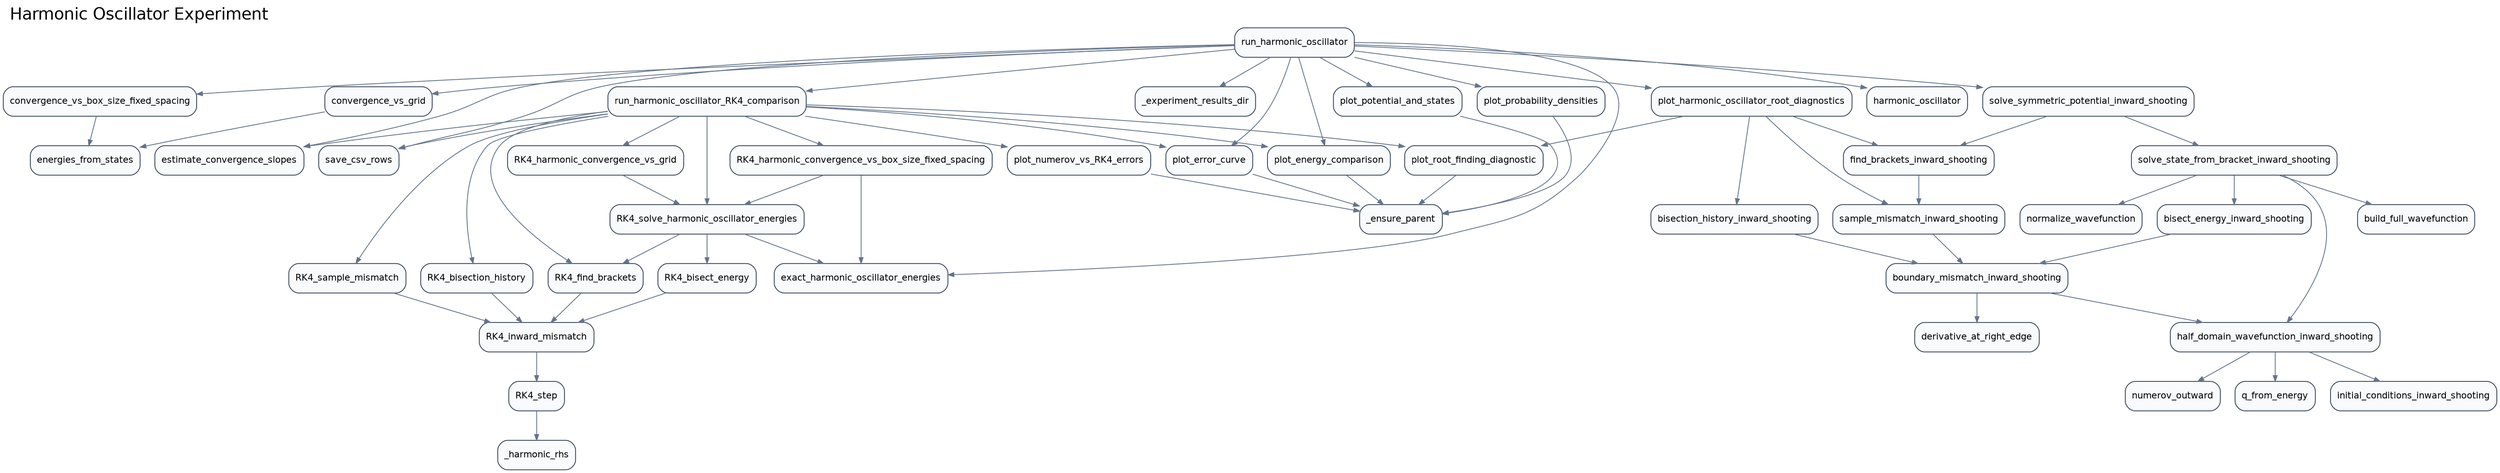
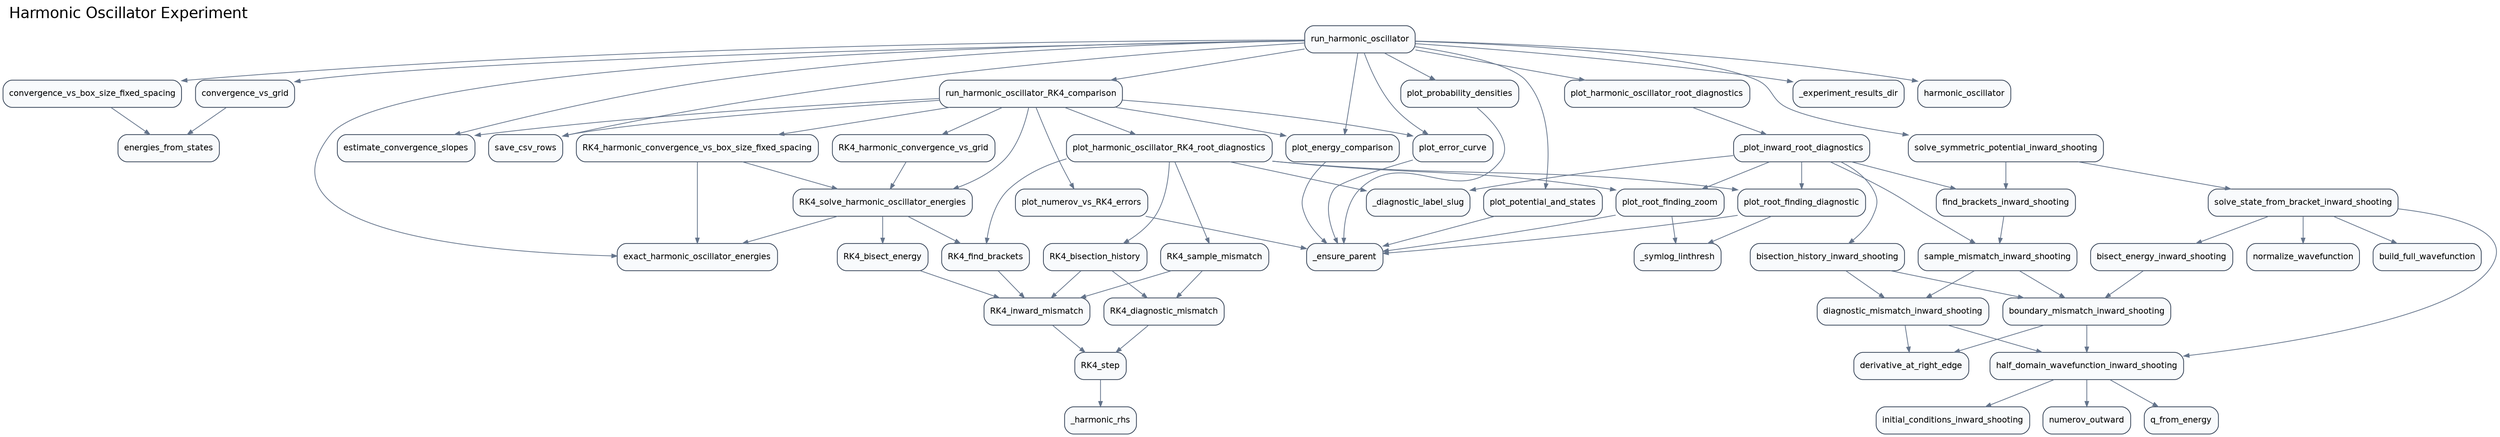
digraph G {
  rankdir="TB";
  graph [labeljust="l", labelloc="t", fontsize=20, fontname="Helvetica"];
  label="Harmonic Oscillator Experiment";
  node [shape=box, style="rounded,filled", fillcolor="#F8FAFC", color="#334155", fontname="Helvetica", fontsize=11];
  edge [color="#64748B", arrowsize=0.7];
  src_analysis_convergence_vs_box_size_fixed_spacing [label="convergence_vs_box_size_fixed_spacing"];
  src_analysis_convergence_vs_grid [label="convergence_vs_grid"];
  src_analysis_energies_from_states [label="energies_from_states"];
  src_analysis_estimate_convergence_slopes [label="estimate_convergence_slopes"];
  src_analysis_exact_harmonic_oscillator_energies [label="exact_harmonic_oscillator_energies"];
  src_analysis_save_csv_rows [label="save_csv_rows"];
+   src_diagnostics__diagnostic_label_slug [label="_diagnostic_label_slug"];
+   src_diagnostics__plot_inward_root_diagnostics [label="_plot_inward_root_diagnostics"];
+   src_diagnostics_plot_harmonic_oscillator_RK4_root_diagnostics [label="plot_harmonic_oscillator_RK4_root_diagnostics"];
+   src_diagnostics_plot_harmonic_oscillator_root_diagnostics [label="plot_harmonic_oscillator_root_diagnostics"];
  src_experiments__experiment_results_dir [label="_experiment_results_dir"];
-   src_experiments_plot_harmonic_oscillator_root_diagnostics [label="plot_harmonic_oscillator_root_diagnostics"];
  src_experiments_run_harmonic_oscillator [label="run_harmonic_oscillator"];
  src_experiments_run_harmonic_oscillator_RK4_comparison [label="run_harmonic_oscillator_RK4_comparison"];
  src_numerov_derivative_at_right_edge [label="derivative_at_right_edge"];
  src_numerov_normalize_wavefunction [label="normalize_wavefunction"];
  src_numerov_numerov_outward [label="numerov_outward"];
  src_numerov_q_from_energy [label="q_from_energy"];
  src_plotting__ensure_parent [label="_ensure_parent"];
+   src_plotting__symlog_linthresh [label="_symlog_linthresh"];
  src_plotting_plot_energy_comparison [label="plot_energy_comparison"];
  src_plotting_plot_error_curve [label="plot_error_curve"];
  src_plotting_plot_numerov_vs_RK4_errors [label="plot_numerov_vs_RK4_errors"];
  src_plotting_plot_potential_and_states [label="plot_potential_and_states"];
  src_plotting_plot_probability_densities [label="plot_probability_densities"];
  src_plotting_plot_root_finding_diagnostic [label="plot_root_finding_diagnostic"];
+   src_plotting_plot_root_finding_zoom [label="plot_root_finding_zoom"];
  src_potentials_harmonic_oscillator [label="harmonic_oscillator"];
  src_rk4_compare_RK4_bisect_energy [label="RK4_bisect_energy"];
  src_rk4_compare_RK4_bisection_history [label="RK4_bisection_history"];
+   src_rk4_compare_RK4_diagnostic_mismatch [label="RK4_diagnostic_mismatch"];
  src_rk4_compare_RK4_find_brackets [label="RK4_find_brackets"];
  src_rk4_compare_RK4_harmonic_convergence_vs_box_size_fixed_spacing [label="RK4_harmonic_convergence_vs_box_size_fixed_spacing"];
  src_rk4_compare_RK4_harmonic_convergence_vs_grid [label="RK4_harmonic_convergence_vs_grid"];
  src_rk4_compare_RK4_inward_mismatch [label="RK4_inward_mismatch"];
  src_rk4_compare_RK4_sample_mismatch [label="RK4_sample_mismatch"];
  src_rk4_compare_RK4_solve_harmonic_oscillator_energies [label="RK4_solve_harmonic_oscillator_energies"];
  src_rk4_compare_RK4_step [label="RK4_step"];
  src_rk4_compare__harmonic_rhs [label="_harmonic_rhs"];
  src_shooting_bisect_energy_inward_shooting [label="bisect_energy_inward_shooting"];
  src_shooting_bisection_history_inward_shooting [label="bisection_history_inward_shooting"];
  src_shooting_boundary_mismatch_inward_shooting [label="boundary_mismatch_inward_shooting"];
  src_shooting_build_full_wavefunction [label="build_full_wavefunction"];
+   src_shooting_diagnostic_mismatch_inward_shooting [label="diagnostic_mismatch_inward_shooting"];
  src_shooting_find_brackets_inward_shooting [label="find_brackets_inward_shooting"];
  src_shooting_half_domain_wavefunction_inward_shooting [label="half_domain_wavefunction_inward_shooting"];
  src_shooting_initial_conditions_inward_shooting [label="initial_conditions_inward_shooting"];
  src_shooting_sample_mismatch_inward_shooting [label="sample_mismatch_inward_shooting"];
  src_shooting_solve_state_from_bracket_inward_shooting [label="solve_state_from_bracket_inward_shooting"];
  src_shooting_solve_symmetric_potential_inward_shooting [label="solve_symmetric_potential_inward_shooting"];
  src_analysis_convergence_vs_box_size_fixed_spacing -> src_analysis_energies_from_states;
  src_analysis_convergence_vs_grid -> src_analysis_energies_from_states;
-   src_experiments_plot_harmonic_oscillator_root_diagnostics -> src_plotting_plot_root_finding_diagnostic;
-   src_experiments_plot_harmonic_oscillator_root_diagnostics -> src_shooting_bisection_history_inward_shooting;
-   src_experiments_plot_harmonic_oscillator_root_diagnostics -> src_shooting_find_brackets_inward_shooting;
-   src_experiments_plot_harmonic_oscillator_root_diagnostics -> src_shooting_sample_mismatch_inward_shooting;
+   src_diagnostics__plot_inward_root_diagnostics -> src_diagnostics__diagnostic_label_slug;
+   src_diagnostics__plot_inward_root_diagnostics -> src_plotting_plot_root_finding_diagnostic;
+   src_diagnostics__plot_inward_root_diagnostics -> src_plotting_plot_root_finding_zoom;
+   src_diagnostics__plot_inward_root_diagnostics -> src_shooting_bisection_history_inward_shooting;
+   src_diagnostics__plot_inward_root_diagnostics -> src_shooting_find_brackets_inward_shooting;
+   src_diagnostics__plot_inward_root_diagnostics -> src_shooting_sample_mismatch_inward_shooting;
+   src_diagnostics_plot_harmonic_oscillator_RK4_root_diagnostics -> src_diagnostics__diagnostic_label_slug;
+   src_diagnostics_plot_harmonic_oscillator_RK4_root_diagnostics -> src_plotting_plot_root_finding_diagnostic;
+   src_diagnostics_plot_harmonic_oscillator_RK4_root_diagnostics -> src_plotting_plot_root_finding_zoom;
+   src_diagnostics_plot_harmonic_oscillator_RK4_root_diagnostics -> src_rk4_compare_RK4_bisection_history;
+   src_diagnostics_plot_harmonic_oscillator_RK4_root_diagnostics -> src_rk4_compare_RK4_find_brackets;
+   src_diagnostics_plot_harmonic_oscillator_RK4_root_diagnostics -> src_rk4_compare_RK4_sample_mismatch;
+   src_diagnostics_plot_harmonic_oscillator_root_diagnostics -> src_diagnostics__plot_inward_root_diagnostics;
  src_experiments_run_harmonic_oscillator -> src_analysis_convergence_vs_box_size_fixed_spacing;
  src_experiments_run_harmonic_oscillator -> src_analysis_convergence_vs_grid;
  src_experiments_run_harmonic_oscillator -> src_analysis_estimate_convergence_slopes;
  src_experiments_run_harmonic_oscillator -> src_analysis_exact_harmonic_oscillator_energies;
  src_experiments_run_harmonic_oscillator -> src_analysis_save_csv_rows;
+   src_experiments_run_harmonic_oscillator -> src_diagnostics_plot_harmonic_oscillator_root_diagnostics;
  src_experiments_run_harmonic_oscillator -> src_experiments__experiment_results_dir;
-   src_experiments_run_harmonic_oscillator -> src_experiments_plot_harmonic_oscillator_root_diagnostics;
  src_experiments_run_harmonic_oscillator -> src_experiments_run_harmonic_oscillator_RK4_comparison;
  src_experiments_run_harmonic_oscillator -> src_plotting_plot_energy_comparison;
  src_experiments_run_harmonic_oscillator -> src_plotting_plot_error_curve;
  src_experiments_run_harmonic_oscillator -> src_plotting_plot_potential_and_states;
  src_experiments_run_harmonic_oscillator -> src_plotting_plot_probability_densities;
  src_experiments_run_harmonic_oscillator -> src_potentials_harmonic_oscillator;
  src_experiments_run_harmonic_oscillator -> src_shooting_solve_symmetric_potential_inward_shooting;
  src_experiments_run_harmonic_oscillator_RK4_comparison -> src_analysis_estimate_convergence_slopes;
  src_experiments_run_harmonic_oscillator_RK4_comparison -> src_analysis_save_csv_rows;
+   src_experiments_run_harmonic_oscillator_RK4_comparison -> src_diagnostics_plot_harmonic_oscillator_RK4_root_diagnostics;
  src_experiments_run_harmonic_oscillator_RK4_comparison -> src_plotting_plot_energy_comparison;
  src_experiments_run_harmonic_oscillator_RK4_comparison -> src_plotting_plot_error_curve;
  src_experiments_run_harmonic_oscillator_RK4_comparison -> src_plotting_plot_numerov_vs_RK4_errors;
-   src_experiments_run_harmonic_oscillator_RK4_comparison -> src_plotting_plot_root_finding_diagnostic;
-   src_experiments_run_harmonic_oscillator_RK4_comparison -> src_rk4_compare_RK4_bisection_history;
-   src_experiments_run_harmonic_oscillator_RK4_comparison -> src_rk4_compare_RK4_find_brackets;
  src_experiments_run_harmonic_oscillator_RK4_comparison -> src_rk4_compare_RK4_harmonic_convergence_vs_box_size_fixed_spacing;
  src_experiments_run_harmonic_oscillator_RK4_comparison -> src_rk4_compare_RK4_harmonic_convergence_vs_grid;
-   src_experiments_run_harmonic_oscillator_RK4_comparison -> src_rk4_compare_RK4_sample_mismatch;
  src_experiments_run_harmonic_oscillator_RK4_comparison -> src_rk4_compare_RK4_solve_harmonic_oscillator_energies;
  src_plotting_plot_energy_comparison -> src_plotting__ensure_parent;
  src_plotting_plot_error_curve -> src_plotting__ensure_parent;
  src_plotting_plot_numerov_vs_RK4_errors -> src_plotting__ensure_parent;
  src_plotting_plot_potential_and_states -> src_plotting__ensure_parent;
  src_plotting_plot_probability_densities -> src_plotting__ensure_parent;
  src_plotting_plot_root_finding_diagnostic -> src_plotting__ensure_parent;
+   src_plotting_plot_root_finding_diagnostic -> src_plotting__symlog_linthresh;
+   src_plotting_plot_root_finding_zoom -> src_plotting__ensure_parent;
+   src_plotting_plot_root_finding_zoom -> src_plotting__symlog_linthresh;
  src_rk4_compare_RK4_bisect_energy -> src_rk4_compare_RK4_inward_mismatch;
+   src_rk4_compare_RK4_bisection_history -> src_rk4_compare_RK4_diagnostic_mismatch;
  src_rk4_compare_RK4_bisection_history -> src_rk4_compare_RK4_inward_mismatch;
+   src_rk4_compare_RK4_diagnostic_mismatch -> src_rk4_compare_RK4_step;
  src_rk4_compare_RK4_find_brackets -> src_rk4_compare_RK4_inward_mismatch;
  src_rk4_compare_RK4_harmonic_convergence_vs_box_size_fixed_spacing -> src_analysis_exact_harmonic_oscillator_energies;
  src_rk4_compare_RK4_harmonic_convergence_vs_box_size_fixed_spacing -> src_rk4_compare_RK4_solve_harmonic_oscillator_energies;
  src_rk4_compare_RK4_harmonic_convergence_vs_grid -> src_rk4_compare_RK4_solve_harmonic_oscillator_energies;
  src_rk4_compare_RK4_inward_mismatch -> src_rk4_compare_RK4_step;
+   src_rk4_compare_RK4_sample_mismatch -> src_rk4_compare_RK4_diagnostic_mismatch;
  src_rk4_compare_RK4_sample_mismatch -> src_rk4_compare_RK4_inward_mismatch;
  src_rk4_compare_RK4_solve_harmonic_oscillator_energies -> src_analysis_exact_harmonic_oscillator_energies;
  src_rk4_compare_RK4_solve_harmonic_oscillator_energies -> src_rk4_compare_RK4_bisect_energy;
  src_rk4_compare_RK4_solve_harmonic_oscillator_energies -> src_rk4_compare_RK4_find_brackets;
  src_rk4_compare_RK4_step -> src_rk4_compare__harmonic_rhs;
  src_shooting_bisect_energy_inward_shooting -> src_shooting_boundary_mismatch_inward_shooting;
  src_shooting_bisection_history_inward_shooting -> src_shooting_boundary_mismatch_inward_shooting;
+   src_shooting_bisection_history_inward_shooting -> src_shooting_diagnostic_mismatch_inward_shooting;
  src_shooting_boundary_mismatch_inward_shooting -> src_numerov_derivative_at_right_edge;
  src_shooting_boundary_mismatch_inward_shooting -> src_shooting_half_domain_wavefunction_inward_shooting;
+   src_shooting_diagnostic_mismatch_inward_shooting -> src_numerov_derivative_at_right_edge;
+   src_shooting_diagnostic_mismatch_inward_shooting -> src_shooting_half_domain_wavefunction_inward_shooting;
  src_shooting_find_brackets_inward_shooting -> src_shooting_sample_mismatch_inward_shooting;
  src_shooting_half_domain_wavefunction_inward_shooting -> src_numerov_numerov_outward;
  src_shooting_half_domain_wavefunction_inward_shooting -> src_numerov_q_from_energy;
  src_shooting_half_domain_wavefunction_inward_shooting -> src_shooting_initial_conditions_inward_shooting;
  src_shooting_sample_mismatch_inward_shooting -> src_shooting_boundary_mismatch_inward_shooting;
+   src_shooting_sample_mismatch_inward_shooting -> src_shooting_diagnostic_mismatch_inward_shooting;
  src_shooting_solve_state_from_bracket_inward_shooting -> src_numerov_normalize_wavefunction;
  src_shooting_solve_state_from_bracket_inward_shooting -> src_shooting_bisect_energy_inward_shooting;
  src_shooting_solve_state_from_bracket_inward_shooting -> src_shooting_build_full_wavefunction;
  src_shooting_solve_state_from_bracket_inward_shooting -> src_shooting_half_domain_wavefunction_inward_shooting;
  src_shooting_solve_symmetric_potential_inward_shooting -> src_shooting_find_brackets_inward_shooting;
  src_shooting_solve_symmetric_potential_inward_shooting -> src_shooting_solve_state_from_bracket_inward_shooting;
}
